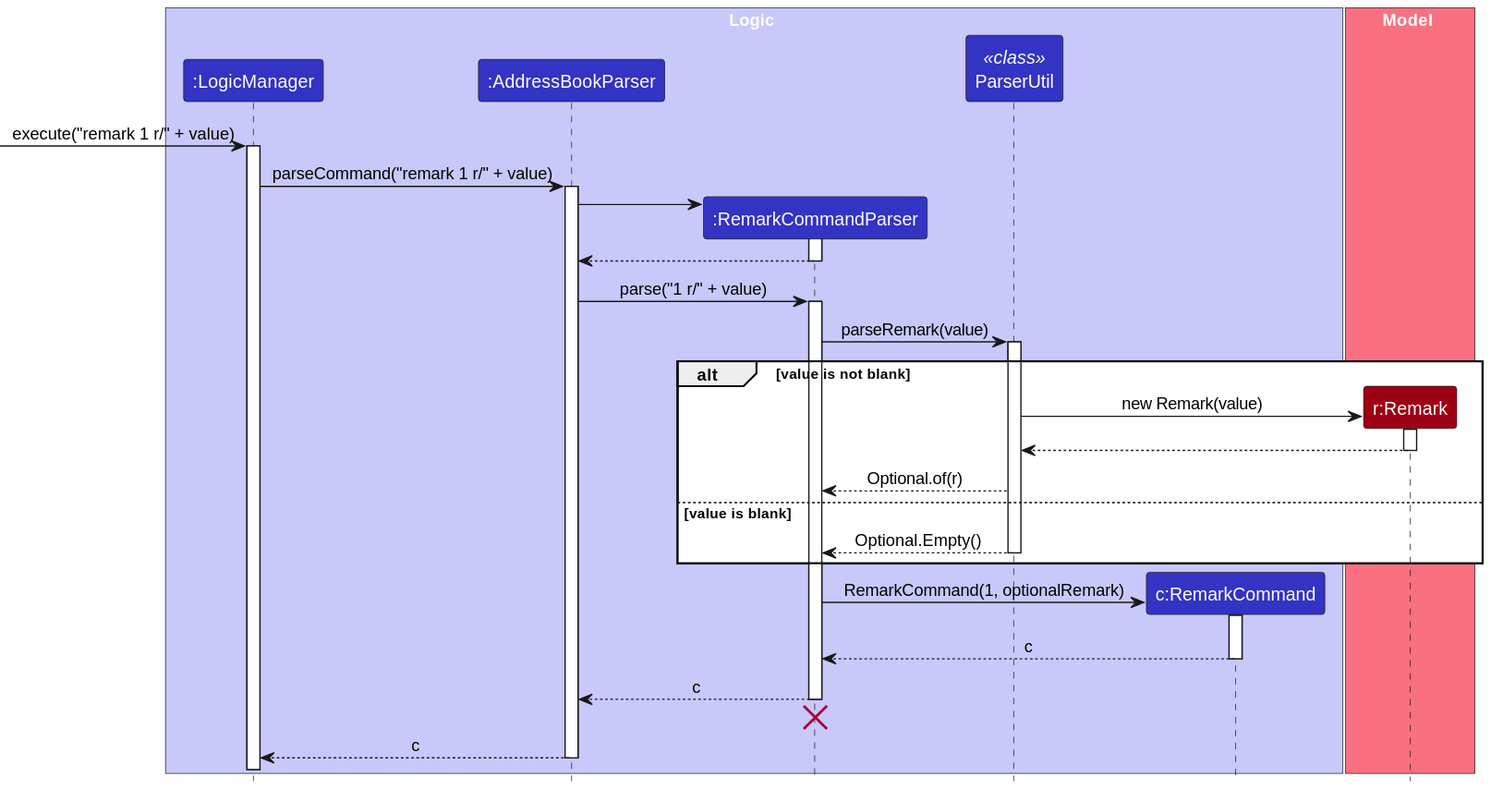
AY2324S2-CS2103-F15-1/tp keeps this PlantUML diagram as docs/images/RemarkSequenceDiagram-Logic.svg. Above is the earlier version.
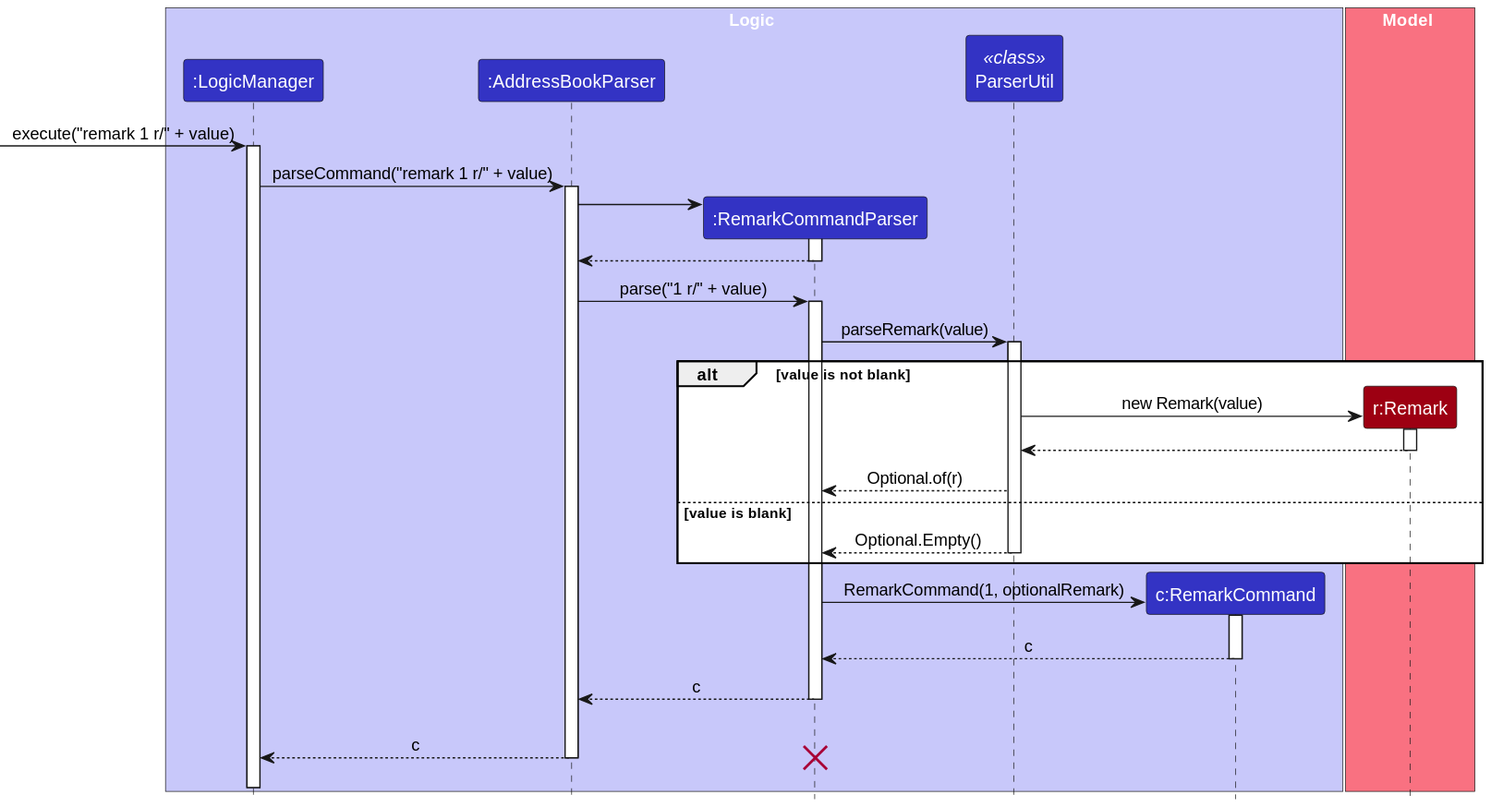
Above is the later version.

What changed in the source:
```diff
@@ -43,7 +43,7 @@
 ParserUtil --> RemarkCommandParser : Optional.of(r)
 
 else value is blank
-    ParserUtil --> RemarkCommandParser : Optional.Empty()
+ParserUtil --> RemarkCommandParser : Optional.Empty()
 deactivate ParserUtil
 end
 
@@ -58,8 +58,9 @@
 deactivate RemarkCommandParser
 
 RemarkCommandParser -[hidden]-> AddressBookParser
-destroy RemarkCommandParser
 
 AddressBookParser --> LogicManager : c
 deactivate AddressBookParser
+destroy RemarkCommandParser
+ <-[hidden]- AddressBookParser
 @enduml
```
